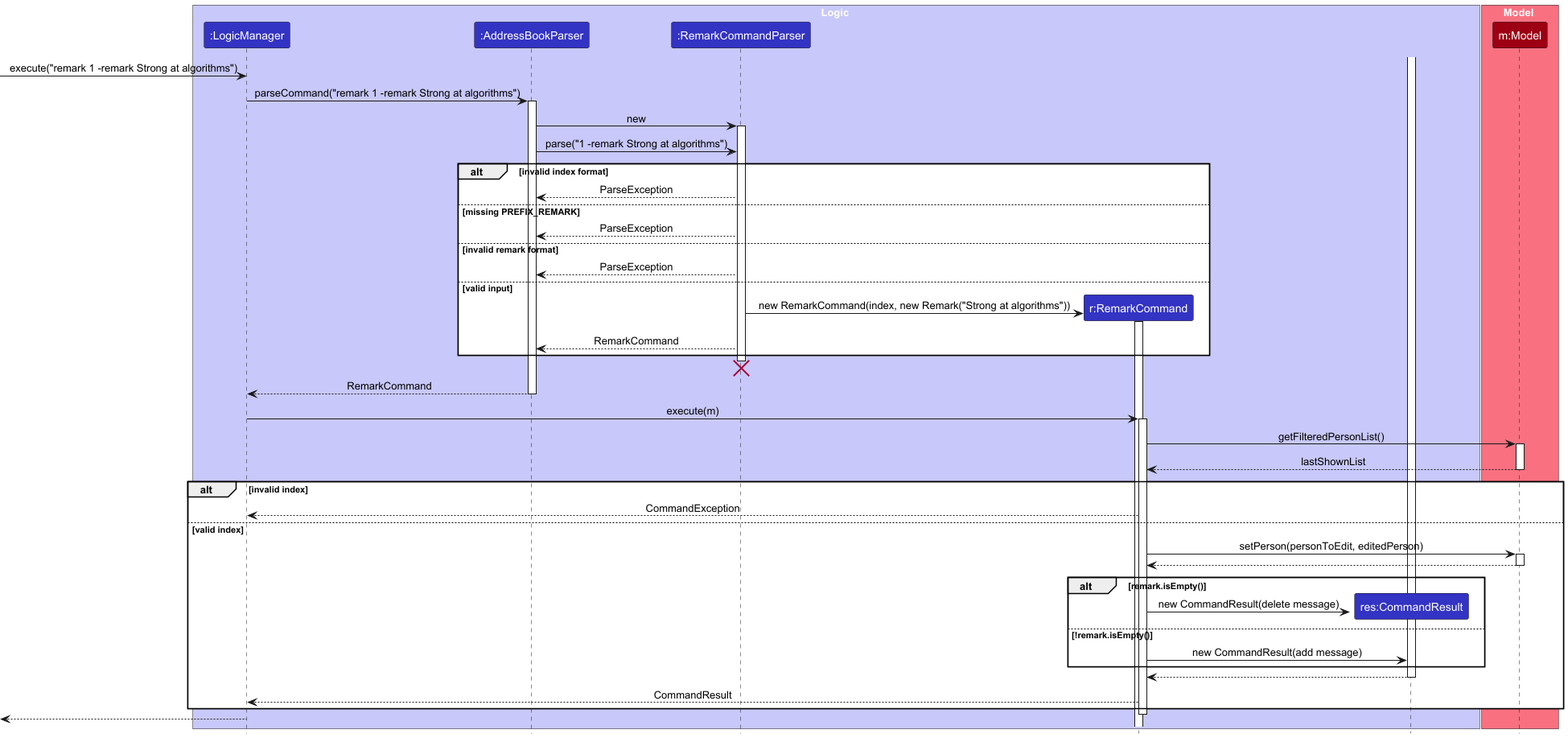
Before: docs/images/RemarkSequenceDiagram.png, a diagram exported from PlantUML (ArrickGit/tp).
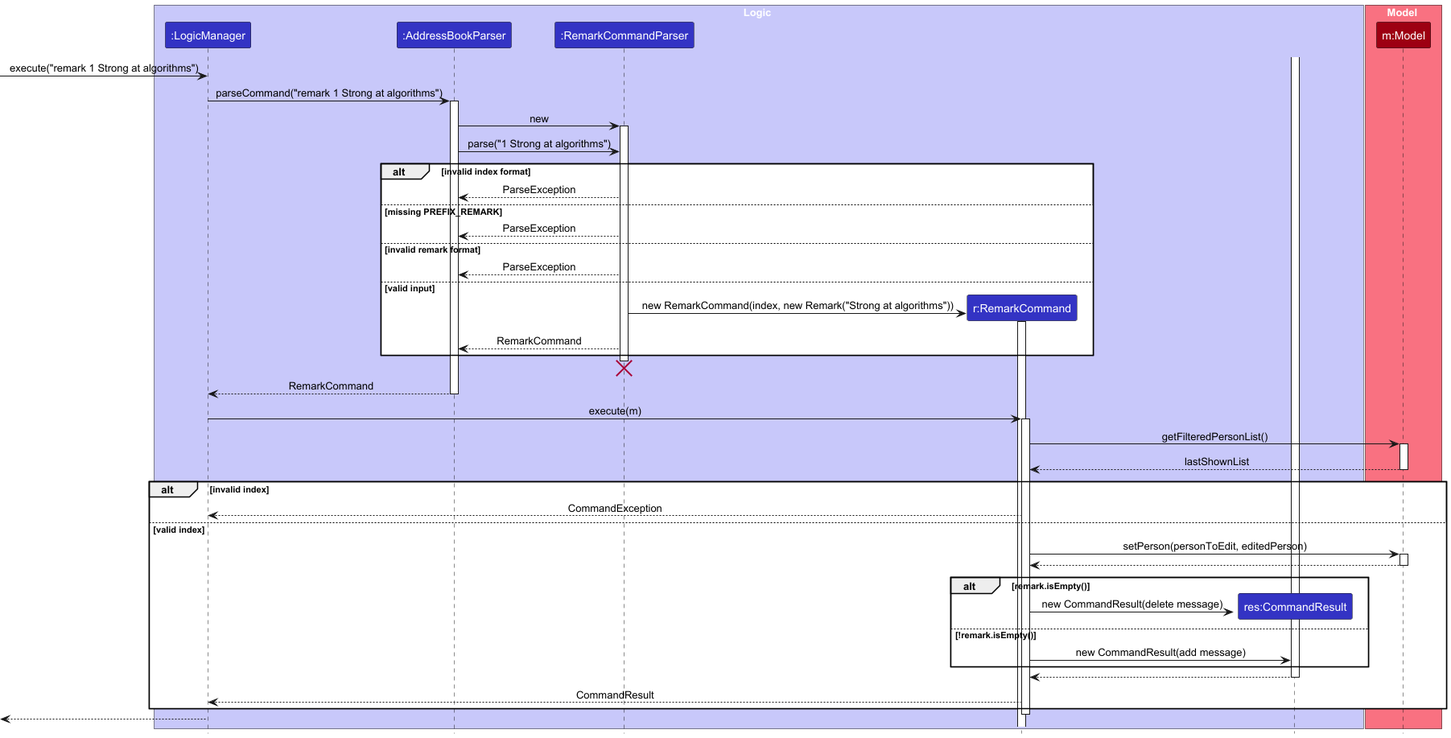
Above is the later version.

Change to the diagram source:
```diff
@@ -14,16 +14,16 @@
 participant "m:Model" as Model MODEL_COLOR
 end box
 
-[-> LogicManager : execute("remark 1 -remark Strong at algorithms")
+[-> LogicManager : execute("remark 1 Strong at algorithms")
 
-LogicManager -> AddressBookParser: parseCommand("remark 1 -remark Strong at algorithms")
+LogicManager -> AddressBookParser: parseCommand("remark 1 Strong at algorithms")
 activate AddressBookParser
 
 
 AddressBookParser -> RemarkCommandParser : new
 activate RemarkCommandParser
 
-AddressBookParser -> RemarkCommandParser : parse("1 -remark Strong at algorithms")
+AddressBookParser -> RemarkCommandParser : parse("1 Strong at algorithms")
 
 alt invalid index format
     RemarkCommandParser --> AddressBookParser : ParseException
```
